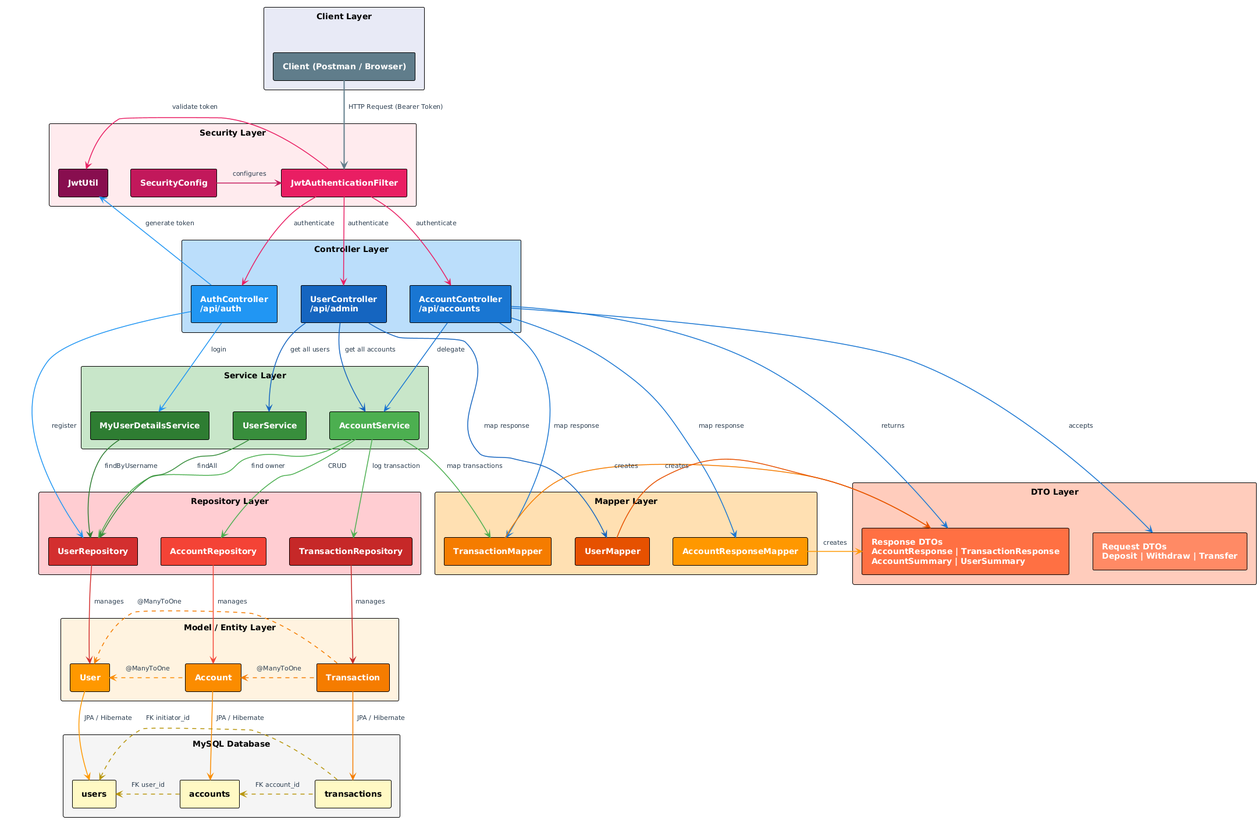
Before: docs/Banking API Architecture.png, a diagram exported from PlantUML (OmarElmelegy/Banking-api).
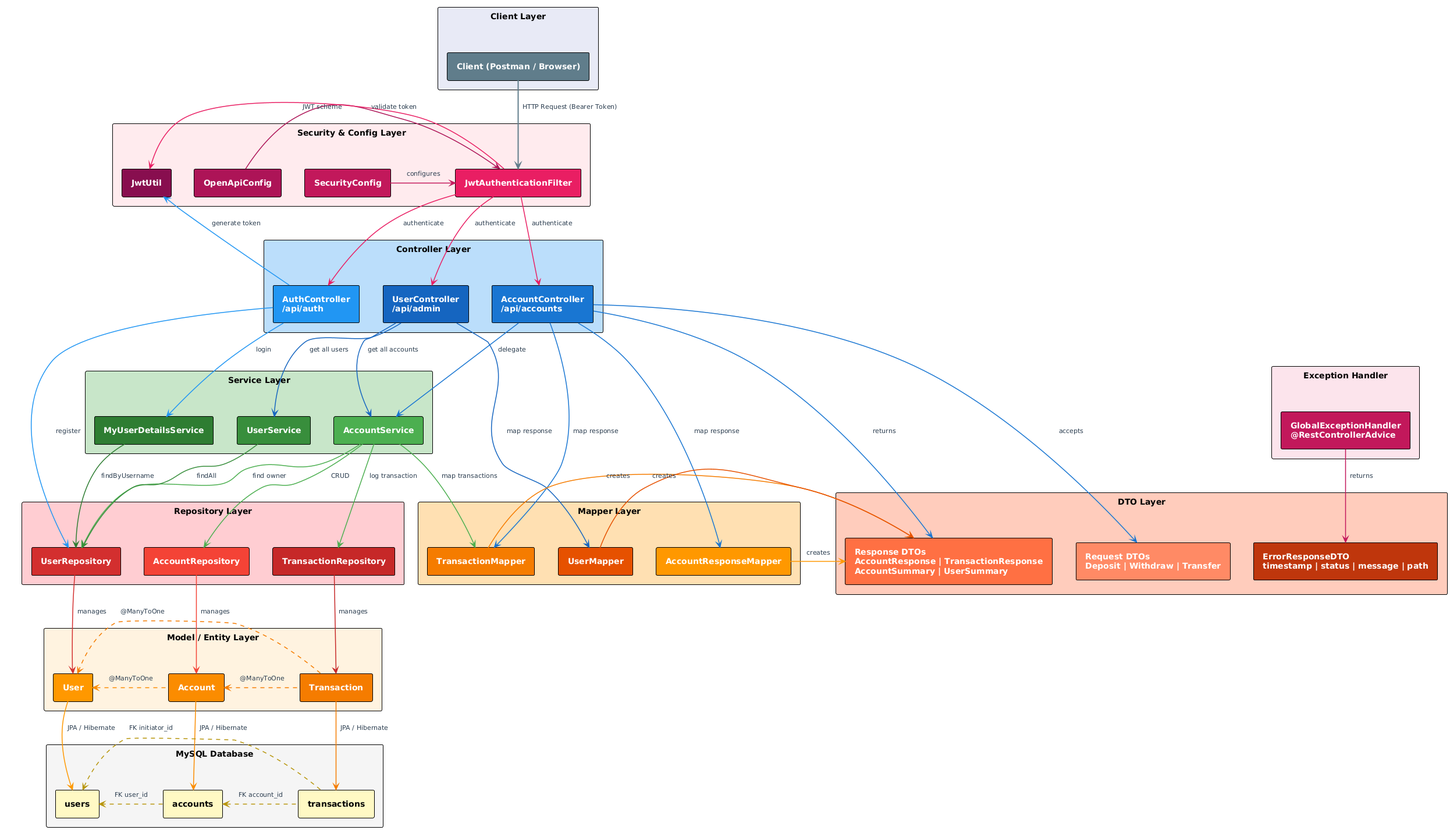
After the change.

Diff of the diagram source:
```diff
@@ -20,8 +20,9 @@
   rectangle "Client (Postman / Browser)" as Client #607D8B;text:white
 }
 
-rectangle "Security Layer" #FFEBEE {
+rectangle "Security & Config Layer" #FFEBEE {
   rectangle "SecurityConfig" as SecurityConfig #C2185B;text:white
+  rectangle "OpenApiConfig" as OpenApiConfig #AD1457;text:white
   rectangle "JwtAuthenticationFilter" as JwtFilter #E91E63;text:white
   rectangle "JwtUtil" as JwtUtil #880E4F;text:white
 }
@@ -30,6 +31,10 @@
   rectangle "AuthController\n/api/auth" as AuthCtrl #2196F3;text:white
   rectangle "AccountController\n/api/accounts" as AccCtrl #1976D2;text:white
   rectangle "UserController\n/api/admin" as UserCtrl #1565C0;text:white
+}
+
+rectangle "Exception Handler" #FCE4EC {
+  rectangle "GlobalExceptionHandler\n@RestControllerAdvice" as ExHandler #C2185B;text:white
 }
 
 rectangle "Service Layer" #C8E6C9 {
@@ -47,6 +52,7 @@
 rectangle "DTO Layer" #FFCCBC {
   rectangle "Request DTOs\nDeposit | Withdraw | Transfer" as ReqDTOs #FF8A65;text:white
   rectangle "Response DTOs\nAccountResponse | TransactionResponse\nAccountSummary | UserSummary" as RespDTOs #FF7043;text:white
+  rectangle "ErrorResponseDTO\ntimestamp | status | message | path" as ErrDTO #BF360C;text:white
 }
 
 rectangle "Repository Layer" #FFCDD2 {
@@ -71,11 +77,14 @@
 Client -[#607D8B,bold]down-> JwtFilter : HTTP Request (Bearer Token)
 
 SecurityConfig -[#C2185B]right-> JwtFilter : configures
+OpenApiConfig -[#AD1457]right-> JwtFilter : JWT scheme
 JwtFilter -[#E91E63]right-> JwtUtil : validate token
 
 JwtFilter -[#E91E63]down-> AuthCtrl : authenticate
 JwtFilter -[#E91E63]down-> AccCtrl : authenticate
 JwtFilter -[#E91E63]down-> UserCtrl : authenticate
+
+ExHandler -[#C2185B]down-> ErrDTO : returns
 
 AuthCtrl -[#2196F3]down-> UserDetailsSvc : login
 AuthCtrl -[#2196F3]up-> JwtUtil : generate token
```
